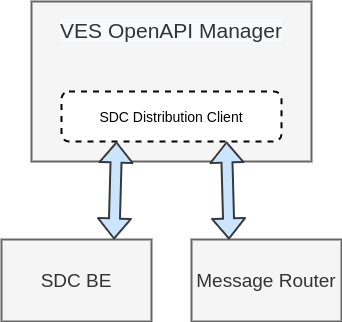
Above: docs/sections/services/ves-openapi-manager/resources/architecture.png in onap/dcaegen2 (draw.io), before the change. Source tidied: cells renumbered, new cells last; positions are measured from the earlier drawing's top-left corner, leaving out a move shared by most shapes. Source of this version:
```xml
<mxGraphModel>
  <root>
    <mxCell id="0" />
    <mxCell id="1" parent="0" />
    <mxCell id="2" style="rounded=0;whiteSpace=wrap;html=1;fillColor=#f5f5f5;strokeColor=#666666;fontColor=#333333;strokeWidth=2;align=center;verticalAlign=middle;" parent="1" vertex="1">
      <mxGeometry x="30" width="280" height="160" as="geometry" />
    </mxCell>
    <mxCell id="3" value="SDC Distribution Client" style="rounded=1;whiteSpace=wrap;html=1;strokeWidth=2;align=center;fontSize=14;dashed=1;" parent="1" vertex="1">
      <mxGeometry x="60" y="90" width="220" height="50" as="geometry" />
    </mxCell>
    <mxCell id="4" value="&lt;span style=&quot;color: rgb(51 , 51 , 51) ; font-family: &amp;#34;helvetica&amp;#34; ; font-size: 21px ; font-style: normal ; font-weight: 400 ; letter-spacing: normal ; text-indent: 0px ; text-transform: none ; word-spacing: 0px ; background-color: rgb(248 , 249 , 250) ; display: inline ; float: none&quot;&gt;VES OpenAPI Manager&lt;/span&gt;" style="text;whiteSpace=wrap;html=1;align=center;" parent="1" vertex="1">
      <mxGeometry x="30" y="10" width="280" height="50" as="geometry" />
    </mxCell>
    <mxCell id="5" value="&lt;font style=&quot;font-size: 19px&quot;&gt;SDC BE&lt;/font&gt;" style="rounded=0;whiteSpace=wrap;html=1;fillColor=#f5f5f5;strokeColor=#666666;fontColor=#333333;strokeWidth=2;align=center;verticalAlign=middle;" parent="1" vertex="1">
      <mxGeometry y="238" width="150" height="82" as="geometry" />
    </mxCell>
    <mxCell id="6" value="&lt;font style=&quot;font-size: 19px&quot;&gt;Message Router&lt;/font&gt;" style="rounded=0;whiteSpace=wrap;html=1;fillColor=#f5f5f5;strokeColor=#666666;fontColor=#333333;strokeWidth=2;align=center;verticalAlign=middle;" parent="1" vertex="1">
      <mxGeometry x="190" y="238" width="150" height="82" as="geometry" />
    </mxCell>
    <mxCell id="7" style="shape=flexArrow;endArrow=classic;startArrow=classic;html=1;fontSize=14;entryX=0.25;entryY=1;entryDx=0;entryDy=0;exitX=0.75;exitY=0;exitDx=0;exitDy=0;fillColor=#cce5ff;strokeColor=#36393d;strokeWidth=2;" parent="1" edge="1" source="5" target="3">
      <mxGeometry relative="1" as="geometry" />
    </mxCell>
    <mxCell id="8" style="shape=flexArrow;endArrow=classic;startArrow=classic;html=1;fontSize=14;entryX=0.75;entryY=1;entryDx=0;entryDy=0;exitX=0.25;exitY=0;exitDx=0;exitDy=0;strokeWidth=2;fillColor=#cce5ff;strokeColor=#36393d;" parent="1" edge="1" source="6" target="3">
      <mxGeometry relative="1" as="geometry" />
    </mxCell>
  </root>
</mxGraphModel>
```
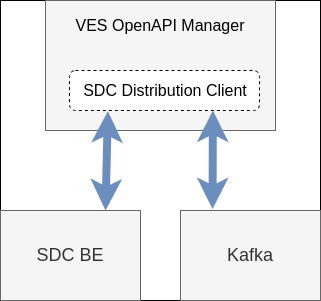
After the change.

Commit message:
[VES-OPENAPI] Update docs with kafka

Issue-ID: DMAAP-1810

The edit, as a diff of the source:
```diff
@@ -2,26 +2,34 @@
   <root>
     <mxCell id="0" />
     <mxCell id="1" parent="0" />
-    <mxCell id="2" style="rounded=0;whiteSpace=wrap;html=1;fillColor=#f5f5f5;strokeColor=#666666;fontColor=#333333;strokeWidth=2;align=center;verticalAlign=middle;" parent="1" vertex="1">
-      <mxGeometry x="30" width="280" height="160" as="geometry" />
-    </mxCell>
+    <mxCell id="9" style="rounded=0;whiteSpace=wrap;html=1;" parent="1" vertex="1">
+      <mxGeometry x="120" y="230" width="320" height="300" as="geometry" />
+    </mxCell>
+    <mxCell id="10" value="&lt;p style=&quot;line-height: 110%;&quot;&gt;&lt;br&gt;&lt;/p&gt;" style="rounded=0;whiteSpace=wrap;html=1;fillColor=#f5f5f5;fontColor=#333333;strokeColor=#666666;align=center;" parent="1" vertex="1">
+      <mxGeometry x="165" y="230" width="230" height="130" as="geometry" />
+    </mxCell>
+    <mxCell id="5" value="&lt;font style=&quot;font-size: 18px;&quot;&gt;SDC BE&lt;/font&gt;" style="rounded=0;whiteSpace=wrap;html=1;fillColor=#f5f5f5;fontColor=#333333;strokeColor=#666666;" parent="1" vertex="1">
+      <mxGeometry x="120" y="440" width="140" height="90" as="geometry" />
+    </mxCell>
+    <mxCell id="11" value="&lt;font style=&quot;font-size: 18px;&quot;&gt;Kafka&lt;/font&gt;" style="rounded=0;whiteSpace=wrap;html=1;fillColor=#f5f5f5;fontColor=#333333;strokeColor=#666666;" parent="1" vertex="1">
+      <mxGeometry x="300" y="440" width="140" height="90" as="geometry" />
+    </mxCell>
+    <mxCell id="4" value="&lt;font style=&quot;font-size: 16px;&quot;&gt;VES OpenAPI Manager&lt;/font&gt;" style="text;html=1;strokeColor=none;fillColor=none;align=center;verticalAlign=middle;whiteSpace=wrap;rounded=0;fontSize=18;" parent="1" vertex="1">
+      <mxGeometry x="185" y="240" width="190" height="30" as="geometry" />
+    </mxCell>
+    <mxCell id="12" style="rounded=1;whiteSpace=wrap;html=1;fontSize=16;dashed=1;" parent="1" vertex="1">
+      <mxGeometry x="189" y="300" width="190" height="40" as="geometry" />
+    </mxCell>
-    <mxCell id="3" value="SDC Distribution Client" style="rounded=1;whiteSpace=wrap;html=1;strokeWidth=2;align=center;fontSize=14;dashed=1;" parent="1" vertex="1">
-      <mxGeometry x="60" y="90" width="220" height="50" as="geometry" />
+    <mxCell id="3" value="SDC Distribution Client" style="text;html=1;strokeColor=none;fillColor=none;align=center;verticalAlign=middle;whiteSpace=wrap;rounded=0;dashed=1;fontSize=16;" parent="1" vertex="1">
+      <mxGeometry x="200" y="305" width="170" height="30" as="geometry" />
     </mxCell>
-    <mxCell id="4" value="&lt;span style=&quot;color: rgb(51 , 51 , 51) ; font-family: &amp;#34;helvetica&amp;#34; ; font-size: 21px ; font-style: normal ; font-weight: 400 ; letter-spacing: normal ; text-indent: 0px ; text-transform: none ; word-spacing: 0px ; background-color: rgb(248 , 249 , 250) ; display: inline ; float: none&quot;&gt;VES OpenAPI Manager&lt;/span&gt;" style="text;whiteSpace=wrap;html=1;align=center;" parent="1" vertex="1">
-      <mxGeometry x="30" y="10" width="280" height="50" as="geometry" />
-    </mxCell>
-    <mxCell id="5" value="&lt;font style=&quot;font-size: 19px&quot;&gt;SDC BE&lt;/font&gt;" style="rounded=0;whiteSpace=wrap;html=1;fillColor=#f5f5f5;strokeColor=#666666;fontColor=#333333;strokeWidth=2;align=center;verticalAlign=middle;" parent="1" vertex="1">
-      <mxGeometry y="238" width="150" height="82" as="geometry" />
-    </mxCell>
-    <mxCell id="6" value="&lt;font style=&quot;font-size: 19px&quot;&gt;Message Router&lt;/font&gt;" style="rounded=0;whiteSpace=wrap;html=1;fillColor=#f5f5f5;strokeColor=#666666;fontColor=#333333;strokeWidth=2;align=center;verticalAlign=middle;" parent="1" vertex="1">
-      <mxGeometry x="190" y="238" width="150" height="82" as="geometry" />
-    </mxCell>
-    <mxCell id="7" style="shape=flexArrow;endArrow=classic;startArrow=classic;html=1;fontSize=14;entryX=0.25;entryY=1;entryDx=0;entryDy=0;exitX=0.75;exitY=0;exitDx=0;exitDy=0;fillColor=#cce5ff;strokeColor=#36393d;strokeWidth=2;" parent="1" edge="1" source="5" target="3">
-      <mxGeometry relative="1" as="geometry" />
-    </mxCell>
-    <mxCell id="8" style="shape=flexArrow;endArrow=classic;startArrow=classic;html=1;fontSize=14;entryX=0.75;entryY=1;entryDx=0;entryDy=0;exitX=0.25;exitY=0;exitDx=0;exitDy=0;strokeWidth=2;fillColor=#cce5ff;strokeColor=#36393d;" parent="1" edge="1" source="6" target="3">
-      <mxGeometry relative="1" as="geometry" />
-    </mxCell>
+    <mxCell id="13" style="endArrow=classic;startArrow=classic;html=1;rounded=0;fontSize=16;entryX=0.202;entryY=1.017;entryDx=0;entryDy=0;entryPerimeter=0;exitX=0.75;exitY=0;exitDx=0;exitDy=0;strokeWidth=8;fillColor=#dae8fc;strokeColor=#6c8ebf;" parent="1" edge="1" source="5" target="12">
+      <mxGeometry relative="1" as="geometry" />
+    </mxCell>
+    <mxCell id="14" style="endArrow=classic;startArrow=classic;html=1;rounded=0;fontSize=16;entryX=0.202;entryY=1.017;entryDx=0;entryDy=0;entryPerimeter=0;strokeWidth=8;fillColor=#dae8fc;strokeColor=#6c8ebf;exitX=0.229;exitY=-0.015;exitDx=0;exitDy=0;exitPerimeter=0;" parent="1" edge="1" source="11">
+      <mxGeometry relative="1" as="geometry">
+        <mxPoint x="332.4" y="340" as="targetPoint" />
+      </mxGeometry>
+    </mxCell>
   </root>
 </mxGraphModel>
```
